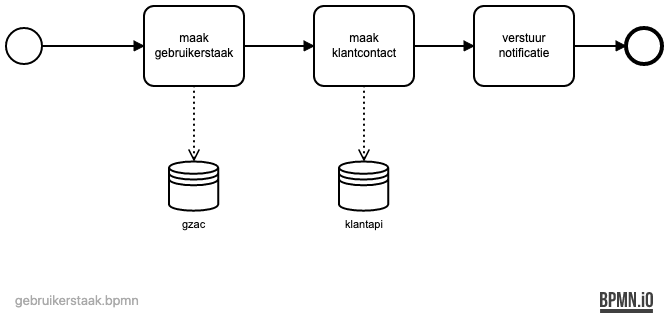
Earlier version of the BPMN export images/bpmn/gebruikerstaak.png (Gemeente-DenHaag/referentie-common-ground-implementatie). Its source is kept beside it as images/bpmn/gebruikerstaak.bpmn. Ids are renumbered. Source of this version:
```xml
<definitions xmlns="http://www.omg.org/spec/BPMN/20100524/MODEL" xmlns:bpmndi="http://www.omg.org/spec/BPMN/20100524/DI" xmlns:omgdi="http://www.omg.org/spec/DD/20100524/DI" xmlns:omgdc="http://www.omg.org/spec/DD/20100524/DC" xmlns:xsi="http://www.w3.org/2001/XMLSchema-instance" id="sid-38422fae-e03e-43a3-bef4-bd33b32041b2" targetNamespace="http://bpmn.io/bpmn" exporter="bpmn-js (https://demo.bpmn.io)" exporterVersion="8.8.3">
  <process id="Process_1" isExecutable="false">
    <startEvent id="Event_n1">
      <outgoing>Flow_n2</outgoing>
    </startEvent>
    <task id="Activity_n3" name="maak klantcontact">
      <incoming>Flow_n4</incoming>
      <outgoing>Flow_n5</outgoing>
      <dataOutputAssociation id="DataOutputAssociation_n6">
        <targetRef>DataStoreReference_n7</targetRef>
      </dataOutputAssociation>
    </task>
    <sequenceFlow id="Flow_n2" sourceRef="Event_n1" targetRef="Activity_n8" />
    <task id="Activity_n8" name="maak gebruikerstaak">
      <incoming>Flow_n2</incoming>
      <outgoing>Flow_n4</outgoing>
      <dataOutputAssociation id="DataOutputAssociation_n9">
        <targetRef>DataStoreReference_n10</targetRef>
      </dataOutputAssociation>
    </task>
    <task id="Activity_n11" name="verstuur notificatie">
      <incoming>Flow_n5</incoming>
      <outgoing>Flow_n12</outgoing>
    </task>
    <sequenceFlow id="Flow_n5" sourceRef="Activity_n3" targetRef="Activity_n11" />
    <sequenceFlow id="Flow_n12" sourceRef="Activity_n11" targetRef="Event_n13" />
    <endEvent id="Event_n13">
      <incoming>Flow_n12</incoming>
    </endEvent>
    <sequenceFlow id="Flow_n4" sourceRef="Activity_n8" targetRef="Activity_n3" />
    <dataStoreReference id="DataStoreReference_n10" name="gzac" />
    <dataStoreReference id="DataStoreReference_n7" name="klantapi" />
  </process>
  <bpmndi:BPMNDiagram id="BpmnDiagram_1">
    <bpmndi:BPMNPlane id="BpmnPlane_1" bpmnElement="Process_1">
      <bpmndi:BPMNEdge id="Flow_n4_di" bpmnElement="Flow_n4">
        <omgdi:waypoint x="370" y="130" />
        <omgdi:waypoint x="440" y="130" />
      </bpmndi:BPMNEdge>
      <bpmndi:BPMNEdge id="Flow_n12_di" bpmnElement="Flow_n12">
        <omgdi:waypoint x="700" y="130" />
        <omgdi:waypoint x="752" y="130" />
      </bpmndi:BPMNEdge>
      <bpmndi:BPMNEdge id="Flow_n5_di" bpmnElement="Flow_n5">
        <omgdi:waypoint x="540" y="130" />
        <omgdi:waypoint x="600" y="130" />
      </bpmndi:BPMNEdge>
      <bpmndi:BPMNEdge id="Flow_n2_di" bpmnElement="Flow_n2">
        <omgdi:waypoint x="168" y="130" />
        <omgdi:waypoint x="270" y="130" />
      </bpmndi:BPMNEdge>
      <bpmndi:BPMNShape id="Event_n1_di" bpmnElement="Event_n1">
        <omgdc:Bounds x="132" y="112" width="36" height="36" />
      </bpmndi:BPMNShape>
      <bpmndi:BPMNShape id="Activity_n3_di" bpmnElement="Activity_n3">
        <omgdc:Bounds x="440" y="90" width="100" height="80" />
      </bpmndi:BPMNShape>
      <bpmndi:BPMNShape id="Activity_n8_di" bpmnElement="Activity_n8">
        <omgdc:Bounds x="270" y="90" width="100" height="80" />
      </bpmndi:BPMNShape>
      <bpmndi:BPMNShape id="Activity_n11_di" bpmnElement="Activity_n11">
        <omgdc:Bounds x="600" y="90" width="100" height="80" />
      </bpmndi:BPMNShape>
      <bpmndi:BPMNShape id="Event_n13_di" bpmnElement="Event_n13">
        <omgdc:Bounds x="752" y="112" width="36" height="36" />
      </bpmndi:BPMNShape>
      <bpmndi:BPMNShape id="DataStoreReference_n10_di" bpmnElement="DataStoreReference_n10">
        <omgdc:Bounds x="295" y="245" width="50" height="50" />
        <bpmndi:BPMNLabel>
          <omgdc:Bounds x="308" y="302" width="24" height="14" />
        </bpmndi:BPMNLabel>
      </bpmndi:BPMNShape>
      <bpmndi:BPMNShape id="DataStoreReference_n7_di" bpmnElement="DataStoreReference_n7">
        <omgdc:Bounds x="465" y="245" width="50" height="50" />
        <bpmndi:BPMNLabel>
          <omgdc:Bounds x="471" y="302" width="38" height="14" />
        </bpmndi:BPMNLabel>
      </bpmndi:BPMNShape>
      <bpmndi:BPMNEdge id="DataOutputAssociation_n6_di" bpmnElement="DataOutputAssociation_n6">
        <omgdi:waypoint x="490" y="170" />
        <omgdi:waypoint x="490" y="245" />
      </bpmndi:BPMNEdge>
      <bpmndi:BPMNEdge id="DataOutputAssociation_n9_di" bpmnElement="DataOutputAssociation_n9">
        <omgdi:waypoint x="320" y="170" />
        <omgdi:waypoint x="320" y="245" />
      </bpmndi:BPMNEdge>
    </bpmndi:BPMNPlane>
  </bpmndi:BPMNDiagram>
</definitions>
```
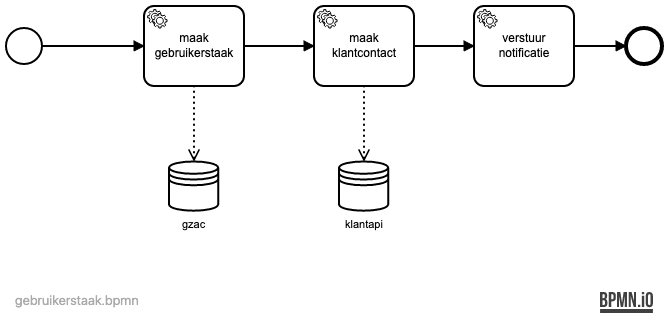
After the commit.

Diff of the diagram source:
```diff
@@ -3,25 +3,7 @@
     <startEvent id="Event_n1">
       <outgoing>Flow_n2</outgoing>
     </startEvent>
-    <task id="Activity_n3" name="maak klantcontact">
-      <incoming>Flow_n4</incoming>
-      <outgoing>Flow_n5</outgoing>
-      <dataOutputAssociation id="DataOutputAssociation_n6">
-        <targetRef>DataStoreReference_n7</targetRef>
-      </dataOutputAssociation>
-    </task>
     <sequenceFlow id="Flow_n2" sourceRef="Event_n1" targetRef="Activity_n8" />
-    <task id="Activity_n8" name="maak gebruikerstaak">
-      <incoming>Flow_n2</incoming>
-      <outgoing>Flow_n4</outgoing>
-      <dataOutputAssociation id="DataOutputAssociation_n9">
-        <targetRef>DataStoreReference_n10</targetRef>
-      </dataOutputAssociation>
-    </task>
-    <task id="Activity_n11" name="verstuur notificatie">
-      <incoming>Flow_n5</incoming>
-      <outgoing>Flow_n12</outgoing>
-    </task>
     <sequenceFlow id="Flow_n5" sourceRef="Activity_n3" targetRef="Activity_n11" />
     <sequenceFlow id="Flow_n12" sourceRef="Activity_n11" targetRef="Event_n13" />
     <endEvent id="Event_n13">
@@ -30,6 +12,24 @@
     <sequenceFlow id="Flow_n4" sourceRef="Activity_n8" targetRef="Activity_n3" />
     <dataStoreReference id="DataStoreReference_n10" name="gzac" />
     <dataStoreReference id="DataStoreReference_n7" name="klantapi" />
+    <serviceTask id="Activity_n8" name="maak gebruikerstaak">
+      <incoming>Flow_n2</incoming>
+      <outgoing>Flow_n4</outgoing>
+      <dataOutputAssociation id="DataOutputAssociation_n9">
+        <targetRef>DataStoreReference_n10</targetRef>
+      </dataOutputAssociation>
+    </serviceTask>
+    <serviceTask id="Activity_n3" name="maak klantcontact">
+      <incoming>Flow_n4</incoming>
+      <outgoing>Flow_n5</outgoing>
+      <dataOutputAssociation id="DataOutputAssociation_n6">
+        <targetRef>DataStoreReference_n7</targetRef>
+      </dataOutputAssociation>
+    </serviceTask>
+    <serviceTask id="Activity_n11" name="verstuur notificatie">
+      <incoming>Flow_n5</incoming>
+      <outgoing>Flow_n12</outgoing>
+    </serviceTask>
   </process>
   <bpmndi:BPMNDiagram id="BpmnDiagram_1">
     <bpmndi:BPMNPlane id="BpmnPlane_1" bpmnElement="Process_1">
@@ -52,15 +52,6 @@
       <bpmndi:BPMNShape id="Event_n1_di" bpmnElement="Event_n1">
         <omgdc:Bounds x="132" y="112" width="36" height="36" />
       </bpmndi:BPMNShape>
-      <bpmndi:BPMNShape id="Activity_n3_di" bpmnElement="Activity_n3">
-        <omgdc:Bounds x="440" y="90" width="100" height="80" />
-      </bpmndi:BPMNShape>
-      <bpmndi:BPMNShape id="Activity_n8_di" bpmnElement="Activity_n8">
-        <omgdc:Bounds x="270" y="90" width="100" height="80" />
-      </bpmndi:BPMNShape>
-      <bpmndi:BPMNShape id="Activity_n11_di" bpmnElement="Activity_n11">
-        <omgdc:Bounds x="600" y="90" width="100" height="80" />
-      </bpmndi:BPMNShape>
       <bpmndi:BPMNShape id="Event_n13_di" bpmnElement="Event_n13">
         <omgdc:Bounds x="752" y="112" width="36" height="36" />
       </bpmndi:BPMNShape>
@@ -76,6 +67,15 @@
           <omgdc:Bounds x="471" y="302" width="38" height="14" />
         </bpmndi:BPMNLabel>
       </bpmndi:BPMNShape>
+      <bpmndi:BPMNShape id="Activity_0t44htu_di" bpmnElement="Activity_n8">
+        <omgdc:Bounds x="270" y="90" width="100" height="80" />
+      </bpmndi:BPMNShape>
+      <bpmndi:BPMNShape id="Activity_13a8d0c_di" bpmnElement="Activity_n3">
+        <omgdc:Bounds x="440" y="90" width="100" height="80" />
+      </bpmndi:BPMNShape>
+      <bpmndi:BPMNShape id="Activity_1gkrhbn_di" bpmnElement="Activity_n11">
+        <omgdc:Bounds x="600" y="90" width="100" height="80" />
+      </bpmndi:BPMNShape>
       <bpmndi:BPMNEdge id="DataOutputAssociation_n6_di" bpmnElement="DataOutputAssociation_n6">
         <omgdi:waypoint x="490" y="170" />
         <omgdi:waypoint x="490" y="245" />
```
